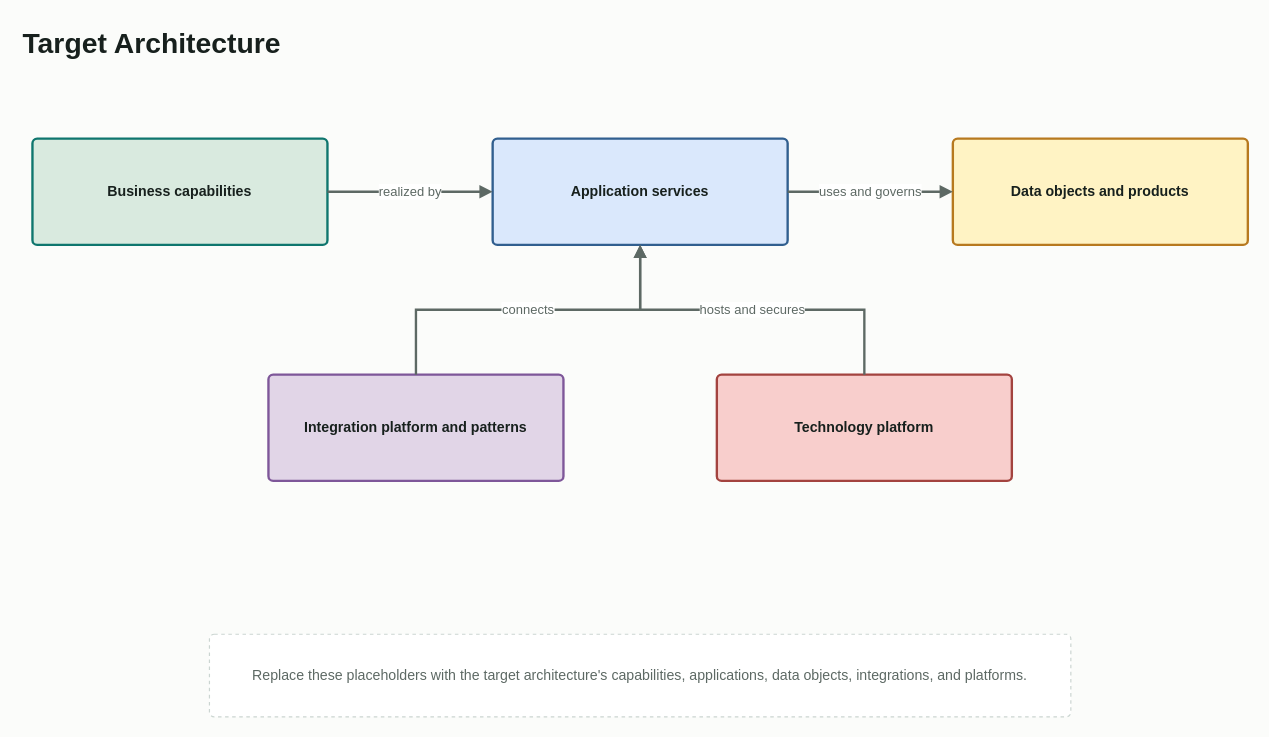
This is skills/create-drawio-diagram/templates/target-architecture-diagram.drawio from Future-CX/AI-Architecture-Toolkit, a draw.io file, before an edit. Source tidied: cells renumbered, new cells numbered last; positions are measured from the earlier drawing's top-left corner, leaving out a move shared by most shapes. Both pictures are drawn from the tidied source at 118%, with x=0, y=0 at pixel (20, 20).
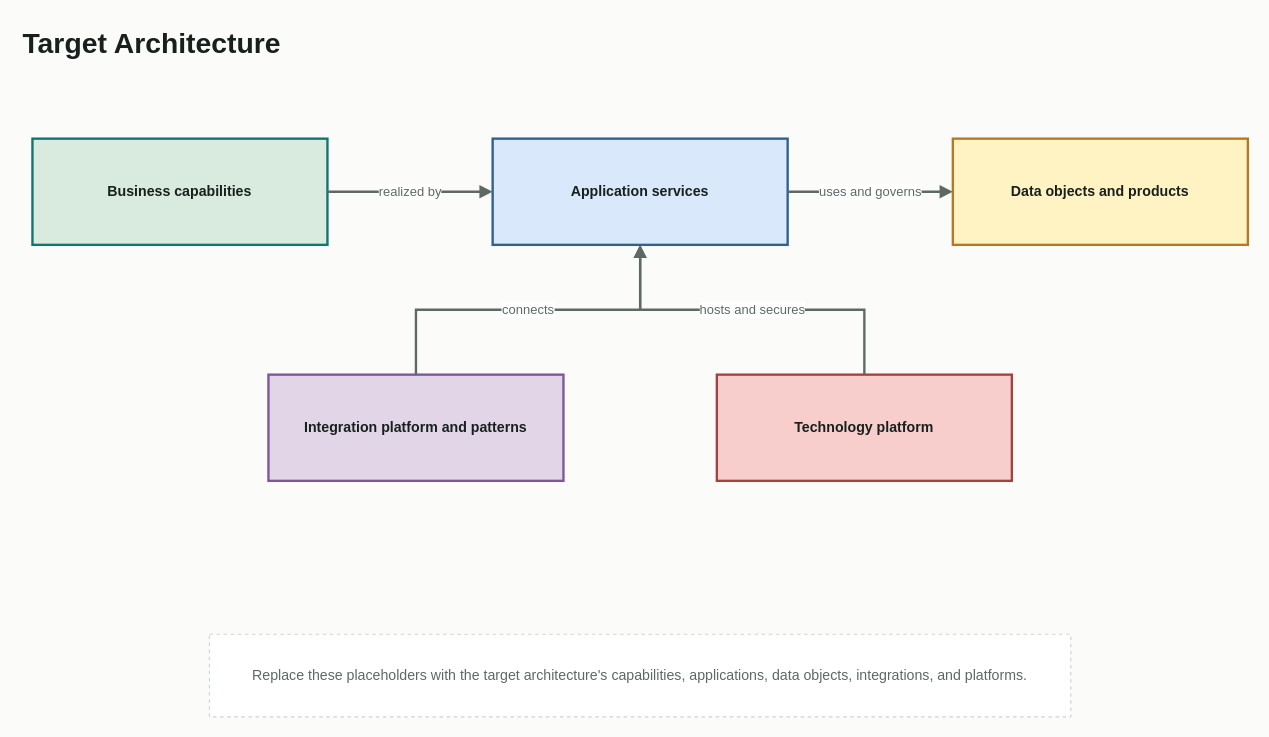
The same page after the edit.

Commit message (it also covers changes not shown here):
improve Solution Architecture Design output

The edit, as a diff of the source:
```diff
@@
 <mxGraphModel background="#fbfcfa">
   <root>
     <mxCell id="0" />
     <mxCell id="1" parent="0" />
     <mxCell id="2" value="Target Architecture" style="text;html=1;strokeColor=none;fillColor=none;align=left;verticalAlign=middle;fontStyle=1;fontSize=24;fontColor=#17201d;" parent="1" vertex="1">
       <mxGeometry width="420" height="40" as="geometry" />
     </mxCell>
-    <mxCell id="3" value="Business capabilities" style="rounded=1;whiteSpace=wrap;html=1;arcSize=8;absoluteArcSize=1;spacing=12;fillColor=#d9eadf;strokeColor=#0f766e;fontColor=#17201d;fontStyle=1;strokeWidth=2;" parent="1" vertex="1">
+    <mxCell id="3" value="Business capabilities" style="rounded=0;whiteSpace=wrap;html=1;spacing=12;fillColor=#d9eadf;strokeColor=#0f766e;fontColor=#17201d;fontStyle=1;strokeWidth=2;" parent="1" vertex="1">
       <mxGeometry x="10" y="100" width="250" height="90" as="geometry" />
     </mxCell>
-    <mxCell id="4" value="Application services" style="rounded=1;whiteSpace=wrap;html=1;arcSize=8;absoluteArcSize=1;spacing=12;fillColor=#dae8fc;strokeColor=#315f8f;fontColor=#17201d;fontStyle=1;strokeWidth=2;" parent="1" vertex="1">
+    <mxCell id="4" value="Application services" style="rounded=0;whiteSpace=wrap;html=1;spacing=12;fillColor=#dae8fc;strokeColor=#315f8f;fontColor=#17201d;fontStyle=1;strokeWidth=2;" parent="1" vertex="1">
       <mxGeometry x="400" y="100" width="250" height="90" as="geometry" />
     </mxCell>
-    <mxCell id="5" value="Data objects and products" style="rounded=1;whiteSpace=wrap;html=1;arcSize=8;absoluteArcSize=1;spacing=12;fillColor=#fff3c4;strokeColor=#b7791f;fontColor=#17201d;fontStyle=1;strokeWidth=2;" parent="1" vertex="1">
+    <mxCell id="5" value="Data objects and products" style="rounded=0;whiteSpace=wrap;html=1;spacing=12;fillColor=#fff3c4;strokeColor=#b7791f;fontColor=#17201d;fontStyle=1;strokeWidth=2;" parent="1" vertex="1">
       <mxGeometry x="790" y="100" width="250" height="90" as="geometry" />
     </mxCell>
-    <mxCell id="6" value="Integration platform and patterns" style="rounded=1;whiteSpace=wrap;html=1;arcSize=8;absoluteArcSize=1;spacing=12;fillColor=#e1d5e7;strokeColor=#7e5799;fontColor=#17201d;fontStyle=1;strokeWidth=2;" parent="1" vertex="1">
+    <mxCell id="6" value="Integration platform and patterns" style="rounded=0;whiteSpace=wrap;html=1;spacing=12;fillColor=#e1d5e7;strokeColor=#7e5799;fontColor=#17201d;fontStyle=1;strokeWidth=2;" parent="1" vertex="1">
       <mxGeometry x="210" y="300" width="250" height="90" as="geometry" />
     </mxCell>
-    <mxCell id="7" value="Technology platform" style="rounded=1;whiteSpace=wrap;html=1;arcSize=8;absoluteArcSize=1;spacing=12;fillColor=#f8cecc;strokeColor=#a3433f;fontColor=#17201d;fontStyle=1;strokeWidth=2;" parent="1" vertex="1">
+    <mxCell id="7" value="Technology platform" style="rounded=0;whiteSpace=wrap;html=1;spacing=12;fillColor=#f8cecc;strokeColor=#a3433f;fontColor=#17201d;fontStyle=1;strokeWidth=2;" parent="1" vertex="1">
       <mxGeometry x="590" y="300" width="250" height="90" as="geometry" />
     </mxCell>
     <mxCell id="8" value="realized by" style="edgeStyle=orthogonalEdgeStyle;rounded=0;jettySize=auto;html=1;endArrow=block;strokeColor=#5d6964;fontColor=#5d6964;strokeWidth=2;" parent="1" edge="1" source="3" target="4">
       <mxGeometry relative="1" as="geometry" />
     </mxCell>
     <mxCell id="9" value="uses and governs" style="edgeStyle=orthogonalEdgeStyle;rounded=0;jettySize=auto;html=1;endArrow=block;strokeColor=#5d6964;fontColor=#5d6964;strokeWidth=2;" parent="1" edge="1" source="4" target="5">
       <mxGeometry relative="1" as="geometry" />
     </mxCell>
     <mxCell id="10" value="connects" style="edgeStyle=orthogonalEdgeStyle;rounded=0;jettySize=auto;html=1;endArrow=block;strokeColor=#5d6964;fontColor=#5d6964;strokeWidth=2;" parent="1" edge="1" source="6" target="4">
       <mxGeometry relative="1" as="geometry" />
     </mxCell>
     <mxCell id="11" value="hosts and secures" style="edgeStyle=orthogonalEdgeStyle;rounded=0;jettySize=auto;html=1;endArrow=block;strokeColor=#5d6964;fontColor=#5d6964;strokeWidth=2;" parent="1" edge="1" source="7" target="4">
       <mxGeometry relative="1" as="geometry" />
     </mxCell>
-    <mxCell id="12" value="Replace these placeholders with the target architecture's capabilities, applications, data objects, integrations, and platforms." style="rounded=1;whiteSpace=wrap;html=1;arcSize=8;absoluteArcSize=1;spacing=12;fillColor=#ffffff;strokeColor=#cbd5d1;fontColor=#5d6964;dashed=1;" parent="1" vertex="1">
+    <mxCell id="12" value="Replace these placeholders with the target architecture's capabilities, applications, data objects, integrations, and platforms." style="rounded=0;whiteSpace=wrap;html=1;spacing=12;fillColor=#ffffff;strokeColor=#cbd5d1;fontColor=#5d6964;dashed=1;" parent="1" vertex="1">
       <mxGeometry x="160" y="520" width="730" height="70" as="geometry" />
     </mxCell>
   </root>
 </mxGraphModel>
```
